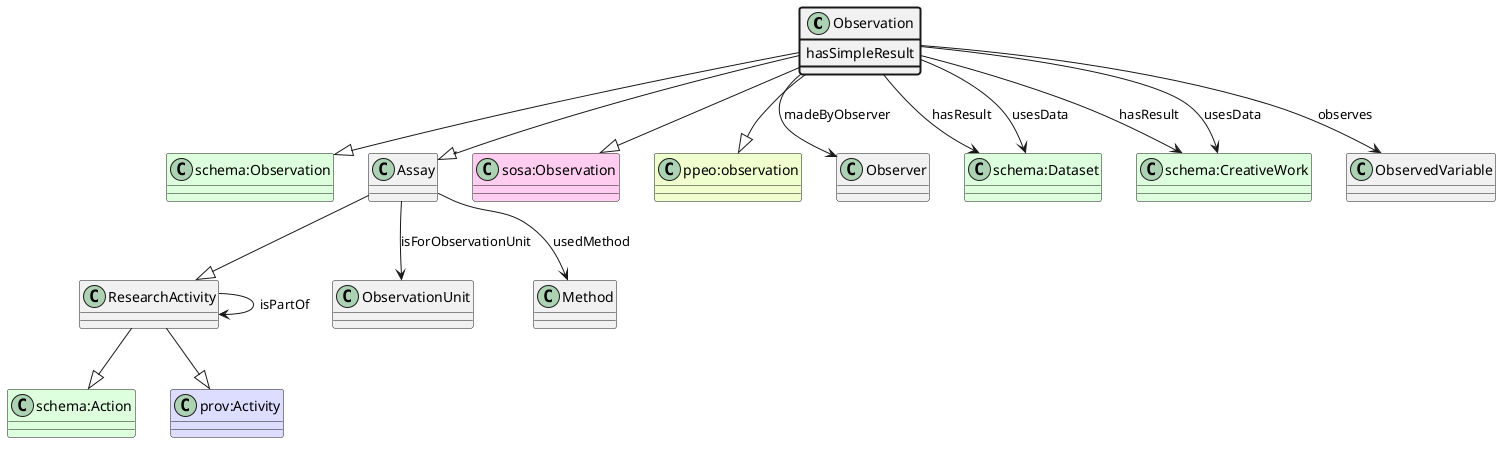
The PlantUML diagram ttl_uml/ttl_appn_Observation.png in aus-plant-phenomics-network/appn-schema, before a commit.
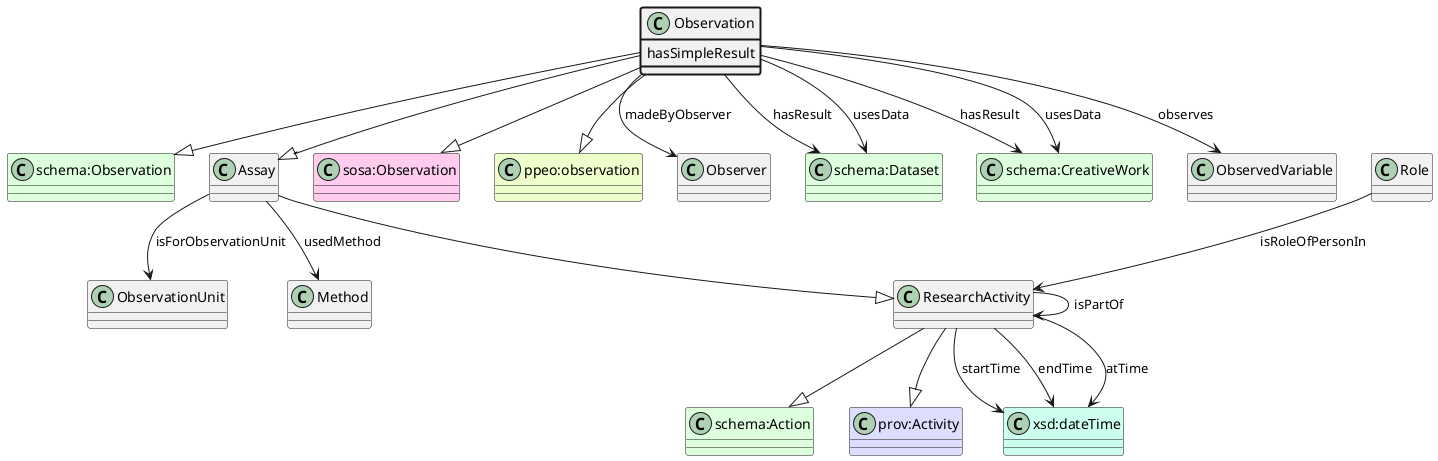
The same diagram one commit later.

The edit, as a diff of the source:
```diff
@@ -35,4 +35,12 @@
 Assay --> Method : usedMethod
 class ResearchActivity
 ResearchActivity --> ResearchActivity : isPartOf
+class Role
+Role --> ResearchActivity : isRoleOfPersonIn
+class "xsd:dateTime" #CCFFEE
+ResearchActivity --> "xsd:dateTime" : startTime
+class "xsd:dateTime" #CCFFEE
+ResearchActivity --> "xsd:dateTime" : endTime
+class "xsd:dateTime" #CCFFEE
+ResearchActivity --> "xsd:dateTime" : atTime
 @enduml
```
